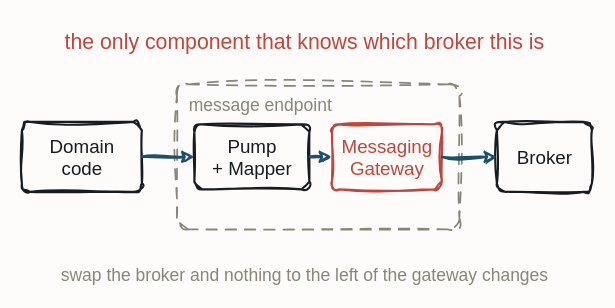
Above: resources/eip-messaging-gateway.drawio in iancooper/practical-messaging (draw.io), before the change. Source tidied: cells renumbered, new cells numbered last; positions are measured from the earlier drawing's top-left corner, leaving out a move shared by most shapes. Both pictures are drawn from the tidied source at 125%, with x=0, y=0 at pixel (21, 21).
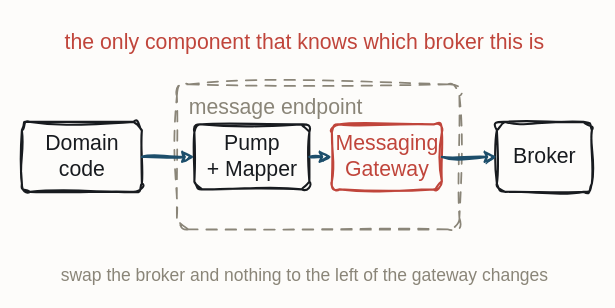
After the change.

The edit, as a diff of the source:
```diff
@@
 <mxGraphModel background="#FDFCFA">
   <root>
     <mxCell id="0" />
     <mxCell id="1" parent="0" />
-    <mxCell id="2" value="message endpoint" style="sketch=1;hachureGap=4;jiggle=2;curveFitting=1;fontFamily=Caveat;html=1;rounded=1;arcSize=8;verticalAlign=top;align=left;spacingLeft=8;spacingTop=2;fillColor=none;strokeColor=#8A8578;strokeWidth=1.4;fontColor=#8A8578;fontSize=14;dashed=1;dashPattern=6 5;" parent="1" vertex="1">
+    <mxCell id="2" value="message endpoint" style="sketch=1;hachureGap=4;jiggle=2;curveFitting=1;fontFamily=Caveat;html=1;rounded=1;arcSize=8;verticalAlign=top;align=left;spacingLeft=8;spacingTop=2;fillColor=none;strokeColor=#8A8578;strokeWidth=1.4;fontColor=#8A8578;fontSize=17;dashed=1;dashPattern=6 5;" parent="1" vertex="1">
       <mxGeometry x="124" y="50" width="226" height="116" as="geometry" />
     </mxCell>
-    <mxCell id="3" value="Domain&#10;code" style="sketch=1;hachureGap=4;jiggle=2;curveFitting=1;fontFamily=Caveat;html=1;rounded=1;arcSize=12;strokeColor=#181B1F;strokeWidth=1.7;fillColor=none;fontColor=#181B1F;fontSize=15;" parent="1" vertex="1">
+    <mxCell id="3" value="Domain&#10;code" style="sketch=1;hachureGap=4;jiggle=2;curveFitting=1;fontFamily=Caveat;html=1;rounded=1;arcSize=12;strokeColor=#181B1F;strokeWidth=1.7;fillColor=none;fontColor=#181B1F;fontSize=17;" parent="1" vertex="1">
       <mxGeometry y="80" width="96" height="56" as="geometry" />
     </mxCell>
-    <mxCell id="4" value="Pump&#10;+ Mapper" style="sketch=1;hachureGap=4;jiggle=2;curveFitting=1;fontFamily=Caveat;html=1;rounded=1;arcSize=12;strokeColor=#181B1F;strokeWidth=1.7;fillColor=none;fontColor=#181B1F;fontSize=15;" parent="1" vertex="1">
+    <mxCell id="4" value="Pump&#10;+ Mapper" style="sketch=1;hachureGap=4;jiggle=2;curveFitting=1;fontFamily=Caveat;html=1;rounded=1;arcSize=12;strokeColor=#181B1F;strokeWidth=1.7;fillColor=none;fontColor=#181B1F;fontSize=17;" parent="1" vertex="1">
       <mxGeometry x="138" y="82" width="92" height="52" as="geometry" />
     </mxCell>
-    <mxCell id="5" value="Messaging&#10;Gateway" style="sketch=1;hachureGap=4;jiggle=2;curveFitting=1;fontFamily=Caveat;html=1;rounded=1;arcSize=12;strokeColor=#C0453B;strokeWidth=1.7;fillColor=none;fontColor=#C0453B;fontSize=15;" parent="1" vertex="1">
+    <mxCell id="5" value="Messaging&#10;Gateway" style="sketch=1;hachureGap=4;jiggle=2;curveFitting=1;fontFamily=Caveat;html=1;rounded=1;arcSize=12;strokeColor=#C0453B;strokeWidth=1.7;fillColor=none;fontColor=#C0453B;fontSize=17;" parent="1" vertex="1">
       <mxGeometry x="248" y="82" width="88" height="52" as="geometry" />
     </mxCell>
-    <mxCell id="6" value="Broker" style="sketch=1;hachureGap=4;jiggle=2;curveFitting=1;fontFamily=Caveat;html=1;rounded=1;arcSize=12;strokeColor=#181B1F;strokeWidth=1.7;fillColor=none;fontColor=#181B1F;fontSize=15;" parent="1" vertex="1">
+    <mxCell id="6" value="Broker" style="sketch=1;hachureGap=4;jiggle=2;curveFitting=1;fontFamily=Caveat;html=1;rounded=1;arcSize=12;strokeColor=#181B1F;strokeWidth=1.7;fillColor=none;fontColor=#181B1F;fontSize=17;" parent="1" vertex="1">
       <mxGeometry x="380" y="80" width="76" height="56" as="geometry" />
     </mxCell>
     <mxCell id="7" value="the only component that knows which broker this is" style="text;html=1;align=center;fontFamily=Caveat;fontSize=17;fontColor=#C0453B;" parent="1" vertex="1">
       <mxGeometry x="166" width="120" height="20" as="geometry" />
     </mxCell>
     <mxCell id="8" value="swap the broker and nothing to the left of the gateway changes" style="text;html=1;align=center;fontFamily=Caveat;fontSize=14;fontColor=#8A8578;" parent="1" vertex="1">
       <mxGeometry x="166" y="188" width="120" height="20" as="geometry" />
     </mxCell>
-    <mxCell id="9" style="sketch=1;jiggle=2;curveFitting=1;edgeStyle=none;rounded=0;strokeColor=#1D4E6B;strokeWidth=1.8;fontFamily=Caveat;fontSize=15;fontColor=#1D4E6B;html=1;exitX=1.0;exitY=0.5;exitDx=0;exitDy=0;entryX=0.0;entryY=0.5;entryDx=0;entryDy=0;" parent="1" edge="1" source="3" target="4">
+    <mxCell id="9" style="sketch=1;jiggle=2;curveFitting=1;edgeStyle=none;rounded=0;strokeColor=#1D4E6B;strokeWidth=1.8;fontFamily=Caveat;fontSize=17;fontColor=#1D4E6B;html=1;exitX=1.0;exitY=0.5;exitDx=0;exitDy=0;entryX=0.0;entryY=0.5;entryDx=0;entryDy=0;" parent="1" edge="1" source="3" target="4">
       <mxGeometry relative="1" as="geometry" />
     </mxCell>
-    <mxCell id="10" style="sketch=1;jiggle=2;curveFitting=1;edgeStyle=none;rounded=0;strokeColor=#1D4E6B;strokeWidth=1.8;fontFamily=Caveat;fontSize=15;fontColor=#1D4E6B;html=1;exitX=1.0;exitY=0.5;exitDx=0;exitDy=0;entryX=0.0;entryY=0.5;entryDx=0;entryDy=0;" parent="1" edge="1" source="4" target="5">
+    <mxCell id="10" style="sketch=1;jiggle=2;curveFitting=1;edgeStyle=none;rounded=0;strokeColor=#1D4E6B;strokeWidth=1.8;fontFamily=Caveat;fontSize=17;fontColor=#1D4E6B;html=1;exitX=1.0;exitY=0.5;exitDx=0;exitDy=0;entryX=0.0;entryY=0.5;entryDx=0;entryDy=0;" parent="1" edge="1" source="4" target="5">
       <mxGeometry relative="1" as="geometry" />
     </mxCell>
-    <mxCell id="11" style="sketch=1;jiggle=2;curveFitting=1;edgeStyle=none;rounded=0;strokeColor=#1D4E6B;strokeWidth=1.8;fontFamily=Caveat;fontSize=15;fontColor=#1D4E6B;html=1;exitX=1.0;exitY=0.5;exitDx=0;exitDy=0;entryX=0.0;entryY=0.5;entryDx=0;entryDy=0;" parent="1" edge="1" source="5" target="6">
+    <mxCell id="11" style="sketch=1;jiggle=2;curveFitting=1;edgeStyle=none;rounded=0;strokeColor=#1D4E6B;strokeWidth=1.8;fontFamily=Caveat;fontSize=17;fontColor=#1D4E6B;html=1;exitX=1.0;exitY=0.5;exitDx=0;exitDy=0;entryX=0.0;entryY=0.5;entryDx=0;entryDy=0;" parent="1" edge="1" source="5" target="6">
       <mxGeometry relative="1" as="geometry" />
     </mxCell>
   </root>
 </mxGraphModel>
```
